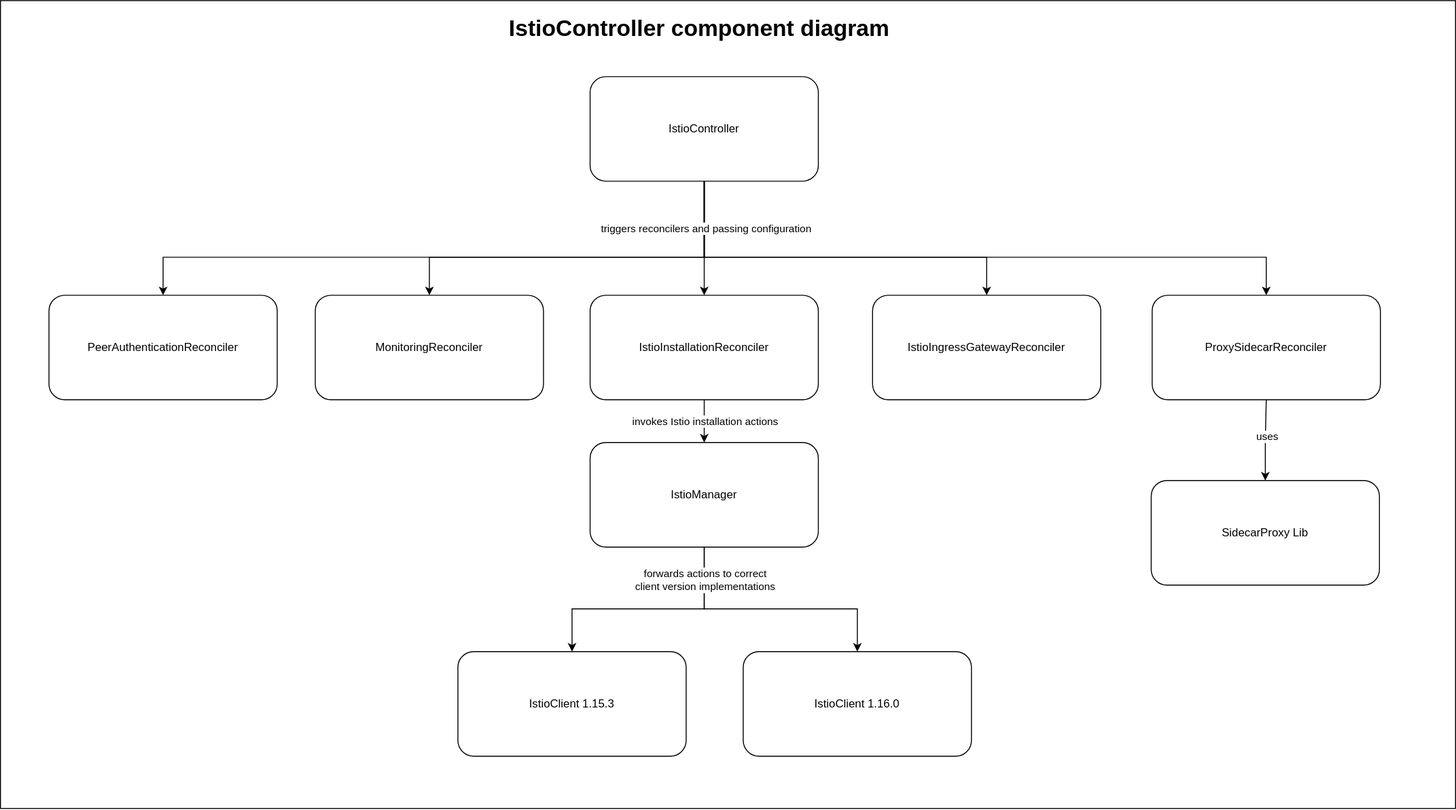
Earlier version of the draw.io export docs/controller-component-diagram.svg (kyma-project/istio). Source tidied: cells renumbered, new cells last; positions are measured from the earlier drawing's top-left corner, leaving out a move shared by most shapes.
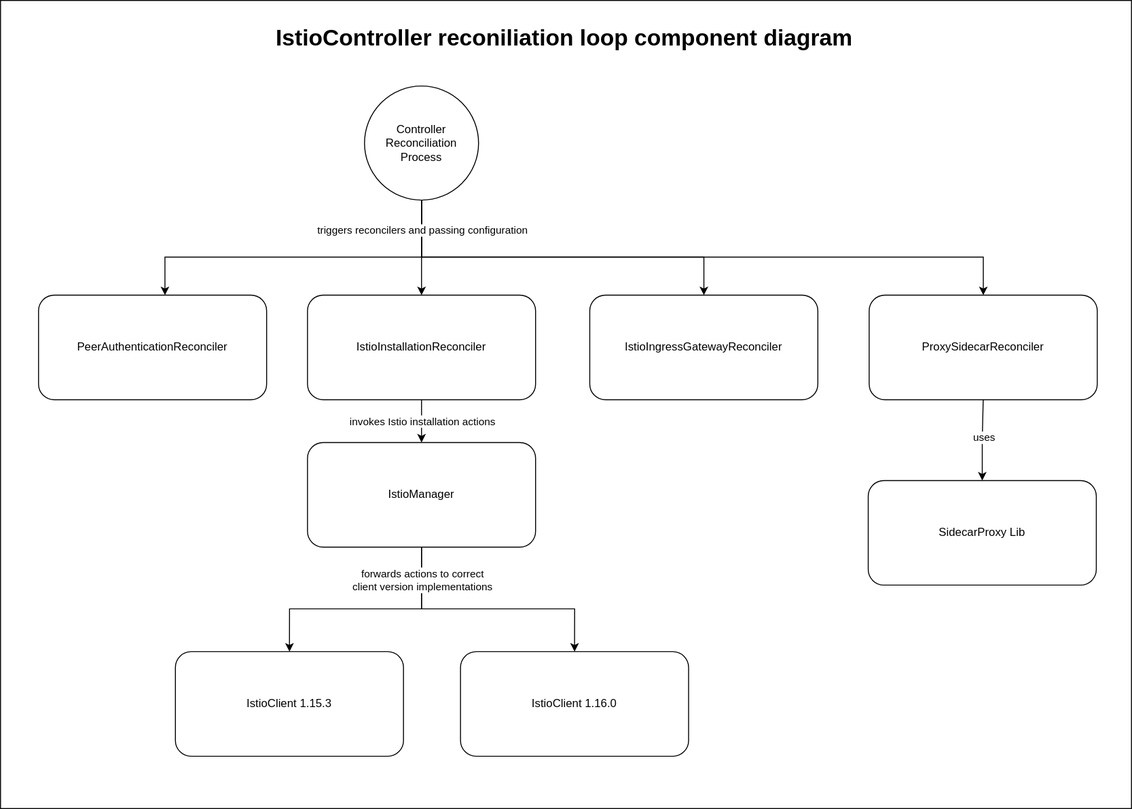
Above is the later version.

Commit message:
Restructure component diagram

Diff of the diagram source:
```diff
@@ -3,11 +3,8 @@
     <mxCell id="0" />
     <mxCell id="1" parent="0" />
     <mxCell id="2" style="rounded=0;whiteSpace=wrap;html=1;fillColor=none;" parent="1" vertex="1">
-      <mxGeometry width="1530" height="850" as="geometry" />
+      <mxGeometry x="297" width="1190" height="850" as="geometry" />
     </mxCell>
-    <mxCell id="3" value="IstioController" style="rounded=1;whiteSpace=wrap;html=1;" parent="1" vertex="1">
-      <mxGeometry x="620" y="80" width="240" height="110" as="geometry" />
-    </mxCell>
     <mxCell id="4" style="edgeStyle=orthogonalEdgeStyle;rounded=0;jettySize=auto;html=1;" parent="1" edge="1" source="6" target="21">
       <mxGeometry relative="1" as="geometry" />
     </mxCell>
@@ -17,22 +14,17 @@
     <mxCell id="6" value="IstioInstallationReconciler" style="rounded=1;whiteSpace=wrap;html=1;" parent="1" vertex="1">
       <mxGeometry x="620" y="310" width="240" height="110" as="geometry" />
     </mxCell>
-    <mxCell id="7" style="edgeStyle=orthogonalEdgeStyle;rounded=0;jettySize=auto;html=1;entryX=0.5;entryY=0;entryDx=0;entryDy=0;exitX=0.5;exitY=1;exitDx=0;exitDy=0;" parent="1" edge="1" source="3" target="24">
-      <mxGeometry relative="1" as="geometry">
-        <Array as="points">
-          <mxPoint x="740" y="270" />
-          <mxPoint x="451" y="270" />
-        </Array>
-      </mxGeometry>
-    </mxCell>
-    <mxCell id="8" style="edgeStyle=orthogonalEdgeStyle;rounded=0;jettySize=auto;html=1;entryX=0.5;entryY=0;entryDx=0;entryDy=0;exitX=0.5;exitY=1;exitDx=0;exitDy=0;" parent="1" edge="1" source="3" target="6">
-      <mxGeometry relative="1" as="geometry" />
+    <mxCell id="8" style="edgeStyle=orthogonalEdgeStyle;rounded=0;jettySize=auto;html=1;entryX=0.5;entryY=0;entryDx=0;entryDy=0;" parent="1" edge="1" target="6">
+      <mxGeometry relative="1" as="geometry">
+        <mxPoint x="740" y="190" as="sourcePoint" />
+      </mxGeometry>
     </mxCell>
-    <mxCell id="9" style="edgeStyle=orthogonalEdgeStyle;rounded=0;jettySize=auto;html=1;exitX=0.5;exitY=1;exitDx=0;exitDy=0;" parent="1" edge="1" source="3" target="25">
+    <mxCell id="9" style="edgeStyle=orthogonalEdgeStyle;rounded=0;jettySize=auto;html=1;exitX=0.5;exitY=1;exitDx=0;exitDy=0;" parent="1" edge="1" target="25">
       <mxGeometry relative="1" as="geometry">
+        <mxPoint x="740" y="190" as="sourcePoint" />
         <Array as="points">
           <mxPoint x="740" y="270" />
-          <mxPoint x="171" y="270" />
+          <mxPoint x="470" y="270" />
         </Array>
       </mxGeometry>
     </mxCell>
@@ -45,8 +37,9 @@
     <mxCell id="12" value="SidecarProxy Lib" style="rounded=1;whiteSpace=wrap;html=1;" parent="1" vertex="1">
       <mxGeometry x="1210" y="505" width="240" height="110" as="geometry" />
     </mxCell>
-    <mxCell id="13" style="edgeStyle=orthogonalEdgeStyle;rounded=0;jettySize=auto;html=1;entryX=0.5;entryY=1;entryDx=0;entryDy=0;startArrow=classic;startFill=1;endArrow=none;endFill=0;" parent="1" edge="1" source="14" target="3">
+    <mxCell id="13" style="edgeStyle=orthogonalEdgeStyle;rounded=0;jettySize=auto;html=1;entryX=0.5;entryY=1;entryDx=0;entryDy=0;startArrow=classic;startFill=1;endArrow=none;endFill=0;" parent="1" edge="1" source="14">
       <mxGeometry relative="1" as="geometry">
+        <mxPoint x="740" y="190" as="targetPoint" />
         <Array as="points">
           <mxPoint x="1331" y="270" />
           <mxPoint x="740" y="270" />
@@ -56,8 +49,9 @@
     <mxCell id="14" value="ProxySidecarReconciler" style="rounded=1;whiteSpace=wrap;html=1;" parent="1" vertex="1">
       <mxGeometry x="1211" y="310" width="240" height="110" as="geometry" />
     </mxCell>
-    <mxCell id="15" style="edgeStyle=orthogonalEdgeStyle;rounded=0;jettySize=auto;html=1;entryX=0.5;entryY=1;entryDx=0;entryDy=0;startArrow=classic;startFill=1;endArrow=none;endFill=0;" parent="1" edge="1" source="17" target="3">
+    <mxCell id="15" style="edgeStyle=orthogonalEdgeStyle;rounded=0;jettySize=auto;html=1;entryX=0.5;entryY=1;entryDx=0;entryDy=0;startArrow=classic;startFill=1;endArrow=none;endFill=0;" parent="1" edge="1" source="17">
       <mxGeometry relative="1" as="geometry">
+        <mxPoint x="740" y="190" as="targetPoint" />
         <Array as="points">
           <mxPoint x="1037" y="270" />
           <mxPoint x="740" y="270" />
@@ -102,14 +96,14 @@
     <mxCell id="23" value="IstioClient 1.15.3" style="rounded=1;whiteSpace=wrap;html=1;" parent="1" vertex="1">
       <mxGeometry x="481" y="685" width="240" height="110" as="geometry" />
     </mxCell>
-    <mxCell id="24" value="MonitoringReconciler" style="rounded=1;whiteSpace=wrap;html=1;" parent="1" vertex="1">
-      <mxGeometry x="331" y="310" width="240" height="110" as="geometry" />
-    </mxCell>
     <mxCell id="25" value="PeerAuthenticationReconciler" style="rounded=1;whiteSpace=wrap;html=1;" parent="1" vertex="1">
-      <mxGeometry x="51" y="310" width="240" height="110" as="geometry" />
+      <mxGeometry x="337" y="310" width="240" height="110" as="geometry" />
     </mxCell>
-    <mxCell id="26" value="&lt;h1&gt;IstioController component diagram&lt;/h1&gt;" style="text;html=1;strokeColor=none;fillColor=none;spacing=5;spacingTop=-20;whiteSpace=wrap;overflow=hidden;rounded=0;" parent="1" vertex="1">
-      <mxGeometry x="530" y="10" width="490" height="50" as="geometry" />
+    <mxCell id="26" value="&lt;h1&gt;IstioController reconiliation loop component diagram&lt;/h1&gt;" style="text;html=1;strokeColor=none;fillColor=none;spacing=5;spacingTop=-20;whiteSpace=wrap;overflow=hidden;rounded=0;" parent="1" vertex="1">
+      <mxGeometry x="582" y="20" width="620" height="50" as="geometry" />
     </mxCell>
+    <mxCell id="27" value="Controller Reconciliation Process" style="ellipse;whiteSpace=wrap;html=1;" parent="1" vertex="1">
+      <mxGeometry x="680" y="90" width="120" height="120" as="geometry" />
+    </mxCell>
   </root>
 </mxGraphModel>
```
